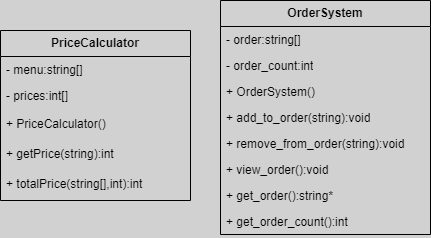
The draw.io diagram img/UML-1.png in weiiilin/GPA-, before a commit. Source tidied: cells renumbered, new cells last; positions are measured from the earlier drawing's top-left corner, leaving out a move shared by most shapes.
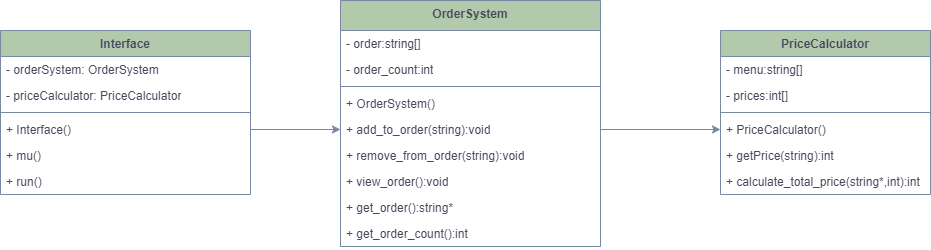
After the change.

Diff of the diagram source:
```diff
@@ -1,51 +1,84 @@
-<mxGraphModel background="#D1D1D1">
+<mxGraphModel background="#ffffff">
   <root>
     <mxCell id="0" />
     <mxCell id="1" parent="0" />
-    <mxCell id="2" value="PriceCalculator" style="swimlane;fontStyle=1;horizontal=1;startSize=26;fillColor=none;whiteSpace=wrap;html=1;labelBackgroundColor=none;" parent="1" vertex="1">
-      <mxGeometry y="30" width="190" height="170" as="geometry" />
-    </mxCell>
-    <mxCell id="3" value="- menu:string[]" style="text;strokeColor=none;fillColor=none;align=left;verticalAlign=top;spacingLeft=4;spacingRight=4;overflow=hidden;whiteSpace=wrap;html=1;labelBackgroundColor=none;" parent="2" vertex="1">
-      <mxGeometry y="26" width="190" height="26" as="geometry" />
-    </mxCell>
-    <mxCell id="4" value="- prices:int[]" style="text;strokeColor=none;fillColor=none;align=left;verticalAlign=top;spacingLeft=4;spacingRight=4;overflow=hidden;whiteSpace=wrap;html=1;labelBackgroundColor=none;" parent="2" vertex="1">
-      <mxGeometry y="52" width="190" height="28" as="geometry" />
-    </mxCell>
-    <mxCell id="5" value="+ PriceCalculator()" style="text;strokeColor=none;fillColor=none;align=left;verticalAlign=top;spacingLeft=4;spacingRight=4;overflow=hidden;points=[[0,0.5],[1,0.5]];portConstraint=eastwest;whiteSpace=wrap;html=1;labelBackgroundColor=none;" parent="2" vertex="1">
-      <mxGeometry y="80" width="190" height="30" as="geometry" />
-    </mxCell>
-    <mxCell id="6" value="+ getPrice(string):int&amp;nbsp;" style="text;strokeColor=none;fillColor=none;align=left;verticalAlign=top;spacingLeft=4;spacingRight=4;overflow=hidden;whiteSpace=wrap;html=1;labelBackgroundColor=none;" parent="2" vertex="1">
-      <mxGeometry y="110" width="190" height="30" as="geometry" />
-    </mxCell>
-    <mxCell id="7" value="+ totalPrice(string[],int):int&amp;nbsp;" style="text;strokeColor=none;fillColor=none;align=left;verticalAlign=top;spacingLeft=4;spacingRight=4;overflow=hidden;whiteSpace=wrap;html=1;labelBackgroundColor=none;" parent="2" vertex="1">
-      <mxGeometry y="140" width="190" height="30" as="geometry" />
-    </mxCell>
+    <mxCell id="17" value="Interface" style="swimlane;fontStyle=1;align=center;verticalAlign=top;horizontal=1;startSize=26;whiteSpace=wrap;html=1;labelBackgroundColor=none;fillColor=#B2C9AB;strokeColor=#788AA3;fontColor=#46495D;" parent="1" vertex="1">
+      <mxGeometry x="-20" y="220" width="250" height="164" as="geometry" />
+    </mxCell>
+    <mxCell id="18" value="- orderSystem: OrderSystem" style="text;strokeColor=none;fillColor=none;align=left;verticalAlign=top;spacingLeft=4;spacingRight=4;overflow=hidden;whiteSpace=wrap;html=1;labelBackgroundColor=none;fontColor=#46495D;" parent="17" vertex="1">
+      <mxGeometry y="26" width="250" height="26" as="geometry" />
+    </mxCell>
+    <mxCell id="19" value="- priceCalculator: PriceCalculator" style="text;strokeColor=none;fillColor=none;align=left;verticalAlign=top;spacingLeft=4;spacingRight=4;overflow=hidden;whiteSpace=wrap;html=1;labelBackgroundColor=none;fontColor=#46495D;" parent="17" vertex="1">
+      <mxGeometry y="52" width="250" height="26" as="geometry" />
+    </mxCell>
+    <mxCell id="20" style="line;strokeWidth=1;fillColor=none;align=left;verticalAlign=middle;spacingTop=-1;spacingLeft=3;spacingRight=3;labelPosition=right;labelBackgroundColor=none;strokeColor=#788AA3;fontColor=#46495D;" parent="17" vertex="1">
+      <mxGeometry y="78" width="250" height="8" as="geometry" />
+    </mxCell>
+    <mxCell id="21" value="+ Interface()  " style="text;strokeColor=none;fillColor=none;align=left;verticalAlign=top;spacingLeft=4;spacingRight=4;overflow=hidden;points=[[0,0.5],[1,0.5]];portConstraint=eastwest;whiteSpace=wrap;html=1;labelBackgroundColor=none;fontColor=#46495D;" parent="17" vertex="1">
+      <mxGeometry y="86" width="250" height="26" as="geometry" />
+    </mxCell>
+    <mxCell id="22" value="+ mu()" style="text;strokeColor=none;fillColor=none;align=left;verticalAlign=top;spacingLeft=4;spacingRight=4;overflow=hidden;whiteSpace=wrap;html=1;labelBackgroundColor=none;fontColor=#46495D;" parent="17" vertex="1">
+      <mxGeometry y="112" width="250" height="26" as="geometry" />
+    </mxCell>
+    <mxCell id="23" value="+ run()" style="text;strokeColor=none;fillColor=none;align=left;verticalAlign=top;spacingLeft=4;spacingRight=4;overflow=hidden;whiteSpace=wrap;html=1;labelBackgroundColor=none;fontColor=#46495D;" parent="17" vertex="1">
+      <mxGeometry y="138" width="250" height="26" as="geometry" />
+    </mxCell>
-    <mxCell id="8" value="&lt;b&gt;OrderSystem&lt;/b&gt;" style="swimlane;fontStyle=0;horizontal=1;startSize=26;fillColor=none;whiteSpace=wrap;html=1;labelBackgroundColor=none;" parent="1" vertex="1">
-      <mxGeometry x="220" width="210" height="234" as="geometry" />
+    <mxCell id="8" value="&lt;b&gt;OrderSystem&lt;/b&gt;" style="swimlane;fontStyle=1;align=center;verticalAlign=top;horizontal=1;startSize=30;whiteSpace=wrap;html=1;labelBackgroundColor=none;fillColor=#B2C9AB;strokeColor=#788AA3;fontColor=#46495D;" parent="1" vertex="1">
+      <mxGeometry x="320" y="190" width="260" height="246" as="geometry" />
     </mxCell>
-    <mxCell id="9" value="- order:string[]" style="text;strokeColor=none;fillColor=none;align=left;verticalAlign=top;spacingLeft=4;spacingRight=4;overflow=hidden;whiteSpace=wrap;html=1;labelBackgroundColor=none;" parent="8" vertex="1">
-      <mxGeometry y="26" width="210" height="26" as="geometry" />
+    <mxCell id="9" value="- order:string[]" style="text;strokeColor=none;fillColor=none;align=left;verticalAlign=top;spacingLeft=4;spacingRight=4;overflow=hidden;whiteSpace=wrap;html=1;labelBackgroundColor=none;fontColor=#46495D;" parent="8" vertex="1">
+      <mxGeometry y="30" width="260" height="26" as="geometry" />
     </mxCell>
-    <mxCell id="10" value="-&amp;nbsp;order_count:int&lt;div&gt;&lt;br&gt;&lt;/div&gt;" style="text;strokeColor=none;fillColor=none;align=left;verticalAlign=top;spacingLeft=4;spacingRight=4;overflow=hidden;whiteSpace=wrap;html=1;labelBackgroundColor=none;" parent="8" vertex="1">
-      <mxGeometry y="52" width="210" height="26" as="geometry" />
+    <mxCell id="10" value="-&amp;nbsp;order_count:int&lt;div style=&quot;forced-color-adjust: none;&quot;&gt;&lt;br&gt;&lt;/div&gt;" style="text;strokeColor=none;fillColor=none;align=left;verticalAlign=top;spacingLeft=4;spacingRight=4;overflow=hidden;whiteSpace=wrap;html=1;labelBackgroundColor=none;fontColor=#46495D;" parent="8" vertex="1">
+      <mxGeometry y="56" width="260" height="26" as="geometry" />
     </mxCell>
+    <mxCell id="24" style="line;strokeWidth=1;fillColor=none;align=left;verticalAlign=middle;spacingTop=-1;spacingLeft=3;spacingRight=3;labelPosition=right;labelBackgroundColor=none;strokeColor=#788AA3;fontColor=#46495D;" parent="8" vertex="1">
+      <mxGeometry y="82" width="260" height="8" as="geometry" />
+    </mxCell>
-    <mxCell id="11" value="+&amp;nbsp;OrderSystem()&lt;span style=&quot;background-color: initial;&quot;&gt;&amp;nbsp;&lt;/span&gt;" style="text;strokeColor=none;fillColor=none;align=left;verticalAlign=top;spacingLeft=4;spacingRight=4;overflow=hidden;whiteSpace=wrap;html=1;labelBackgroundColor=none;" parent="8" vertex="1">
-      <mxGeometry y="78" width="210" height="26" as="geometry" />
+    <mxCell id="11" value="+&amp;nbsp;OrderSystem()&lt;span style=&quot;background-color: initial;&quot;&gt;&amp;nbsp;&lt;/span&gt;" style="text;strokeColor=none;fillColor=none;align=left;verticalAlign=top;spacingLeft=4;spacingRight=4;overflow=hidden;whiteSpace=wrap;html=1;labelBackgroundColor=none;fontColor=#46495D;" parent="8" vertex="1">
+      <mxGeometry y="90" width="260" height="26" as="geometry" />
     </mxCell>
-    <mxCell id="12" value="+ add_to_order(string):void" style="text;strokeColor=none;fillColor=none;align=left;verticalAlign=top;spacingLeft=4;spacingRight=4;overflow=hidden;points=[[0,0.5],[1,0.5]];portConstraint=eastwest;whiteSpace=wrap;html=1;labelBackgroundColor=none;" parent="8" vertex="1">
-      <mxGeometry y="104" width="210" height="26" as="geometry" />
+    <mxCell id="12" value="+ add_to_order(string):void" style="text;strokeColor=none;fillColor=none;align=left;verticalAlign=top;spacingLeft=4;spacingRight=4;overflow=hidden;points=[[0,0.5],[1,0.5]];portConstraint=eastwest;whiteSpace=wrap;html=1;labelBackgroundColor=none;fontColor=#46495D;" parent="8" vertex="1">
+      <mxGeometry y="116" width="260" height="26" as="geometry" />
     </mxCell>
-    <mxCell id="13" value="+ remove_from_order(string):void&amp;nbsp;" style="text;strokeColor=none;fillColor=none;align=left;verticalAlign=top;spacingLeft=4;spacingRight=4;overflow=hidden;whiteSpace=wrap;html=1;labelBackgroundColor=none;" parent="8" vertex="1">
-      <mxGeometry y="130" width="210" height="26" as="geometry" />
+    <mxCell id="13" value="+ remove_from_order(string):void" style="text;strokeColor=none;fillColor=none;align=left;verticalAlign=top;spacingLeft=4;spacingRight=4;overflow=hidden;whiteSpace=wrap;html=1;labelBackgroundColor=none;fontColor=#46495D;" parent="8" vertex="1">
+      <mxGeometry y="142" width="260" height="26" as="geometry" />
     </mxCell>
-    <mxCell id="14" value="+ view_order():void&amp;nbsp;" style="text;strokeColor=none;fillColor=none;align=left;verticalAlign=top;spacingLeft=4;spacingRight=4;overflow=hidden;whiteSpace=wrap;html=1;labelBackgroundColor=none;" parent="8" vertex="1">
-      <mxGeometry y="156" width="210" height="26" as="geometry" />
+    <mxCell id="14" value="+ view_order():void" style="text;strokeColor=none;fillColor=none;align=left;verticalAlign=top;spacingLeft=4;spacingRight=4;overflow=hidden;whiteSpace=wrap;html=1;labelBackgroundColor=none;fontColor=#46495D;" parent="8" vertex="1">
+      <mxGeometry y="168" width="260" height="26" as="geometry" />
     </mxCell>
-    <mxCell id="15" value="+ get_order():string*&amp;nbsp;" style="text;strokeColor=none;fillColor=none;align=left;verticalAlign=top;spacingLeft=4;spacingRight=4;overflow=hidden;whiteSpace=wrap;html=1;labelBackgroundColor=none;" parent="8" vertex="1">
-      <mxGeometry y="182" width="210" height="26" as="geometry" />
+    <mxCell id="15" value="+ get_order():string*&amp;nbsp;" style="text;strokeColor=none;fillColor=none;align=left;verticalAlign=top;spacingLeft=4;spacingRight=4;overflow=hidden;whiteSpace=wrap;html=1;labelBackgroundColor=none;fontColor=#46495D;" parent="8" vertex="1">
+      <mxGeometry y="194" width="260" height="26" as="geometry" />
     </mxCell>
-    <mxCell id="16" value="+ get_order_count():int&amp;nbsp;" style="text;strokeColor=none;fillColor=none;align=left;verticalAlign=top;spacingLeft=4;spacingRight=4;overflow=hidden;whiteSpace=wrap;html=1;labelBackgroundColor=none;" parent="8" vertex="1">
-      <mxGeometry y="208" width="210" height="26" as="geometry" />
+    <mxCell id="16" value="+ get_order_count():int&amp;nbsp;" style="text;strokeColor=none;fillColor=none;align=left;verticalAlign=top;spacingLeft=4;spacingRight=4;overflow=hidden;whiteSpace=wrap;html=1;labelBackgroundColor=none;fontColor=#46495D;" parent="8" vertex="1">
+      <mxGeometry y="220" width="260" height="26" as="geometry" />
     </mxCell>
+    <mxCell id="2" value="PriceCalculator" style="swimlane;fontStyle=1;align=center;verticalAlign=top;horizontal=1;startSize=26;whiteSpace=wrap;html=1;labelBackgroundColor=none;fillColor=#B2C9AB;strokeColor=#788AA3;fontColor=#46495D;" parent="1" vertex="1">
+      <mxGeometry x="700" y="220" width="210" height="164" as="geometry" />
+    </mxCell>
+    <mxCell id="3" value="- menu:string[]" style="text;strokeColor=none;fillColor=none;align=left;verticalAlign=top;spacingLeft=4;spacingRight=4;overflow=hidden;whiteSpace=wrap;html=1;labelBackgroundColor=none;fontColor=#46495D;" parent="2" vertex="1">
+      <mxGeometry y="26" width="210" height="26" as="geometry" />
+    </mxCell>
+    <mxCell id="4" value="- prices:int[]" style="text;strokeColor=none;fillColor=none;align=left;verticalAlign=top;spacingLeft=4;spacingRight=4;overflow=hidden;whiteSpace=wrap;html=1;labelBackgroundColor=none;fontColor=#46495D;" parent="2" vertex="1">
+      <mxGeometry y="52" width="210" height="26" as="geometry" />
+    </mxCell>
+    <mxCell id="25" style="line;strokeWidth=1;fillColor=none;align=left;verticalAlign=middle;spacingTop=-1;spacingLeft=3;spacingRight=3;labelPosition=right;labelBackgroundColor=none;strokeColor=#788AA3;fontColor=#46495D;" parent="2" vertex="1">
+      <mxGeometry y="78" width="210" height="8" as="geometry" />
+    </mxCell>
+    <mxCell id="5" value="+ PriceCalculator()" style="text;strokeColor=none;fillColor=none;align=left;verticalAlign=top;spacingLeft=4;spacingRight=4;overflow=hidden;points=[[0,0.5],[1,0.5]];portConstraint=eastwest;whiteSpace=wrap;html=1;labelBackgroundColor=none;fontColor=#46495D;" parent="2" vertex="1">
+      <mxGeometry y="86" width="210" height="26" as="geometry" />
+    </mxCell>
+    <mxCell id="6" value="+ getPrice(string):int&amp;nbsp;" style="text;strokeColor=none;fillColor=none;align=left;verticalAlign=top;spacingLeft=4;spacingRight=4;overflow=hidden;whiteSpace=wrap;html=1;labelBackgroundColor=none;fontColor=#46495D;" parent="2" vertex="1">
+      <mxGeometry y="112" width="210" height="26" as="geometry" />
+    </mxCell>
+    <mxCell id="26" value="+ calculate_total_price(string*,int):int&amp;nbsp;" style="text;strokeColor=none;fillColor=none;align=left;verticalAlign=top;spacingLeft=4;spacingRight=4;overflow=hidden;whiteSpace=wrap;html=1;labelBackgroundColor=none;fontColor=#46495D;" parent="2" vertex="1">
+      <mxGeometry y="138" width="210" height="26" as="geometry" />
+    </mxCell>
+    <mxCell id="27" style="edgeStyle=orthogonalEdgeStyle;rounded=0;jettySize=auto;html=1;exitX=1;exitY=0.5;exitDx=0;exitDy=0;entryX=0;entryY=0.5;entryDx=0;entryDy=0;fontColor=default;labelBackgroundColor=none;strokeColor=#788AA3;" parent="1" edge="1" source="21" target="12">
+      <mxGeometry relative="1" as="geometry" />
+    </mxCell>
+    <mxCell id="28" style="edgeStyle=orthogonalEdgeStyle;rounded=0;jettySize=auto;html=1;exitX=1;exitY=0.5;exitDx=0;exitDy=0;entryX=0;entryY=0.5;entryDx=0;entryDy=0;fontColor=default;labelBackgroundColor=none;strokeColor=#788AA3;" parent="1" edge="1" source="12" target="5">
+      <mxGeometry relative="1" as="geometry" />
+    </mxCell>
   </root>
 </mxGraphModel>
```
